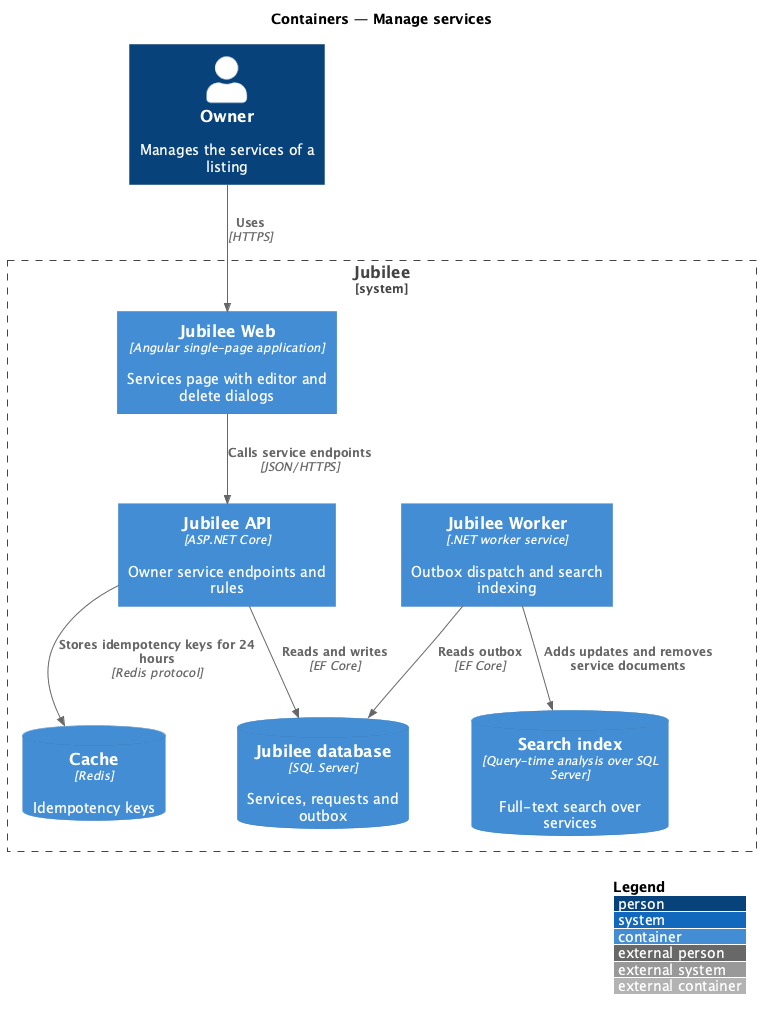
Before: docs/detailed-designs/owner-workspace/manage-services/diagrams/c4-container.png, a diagram exported from PlantUML (QuinntyneBrown/jubilee).
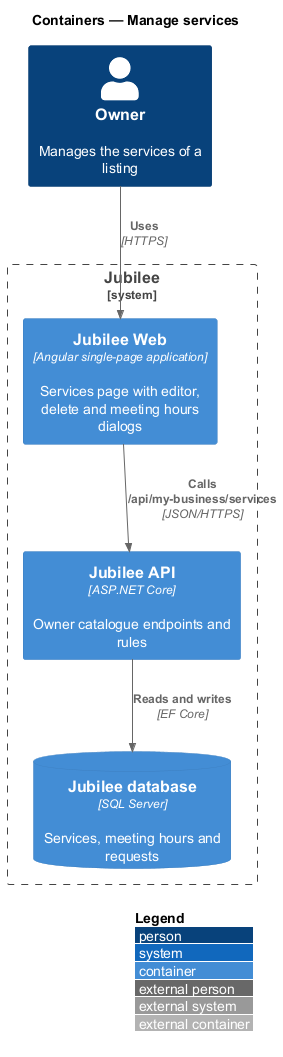
After the commit.

Change to the diagram source:
```diff
@@ -5,17 +5,11 @@
 
 Person(owner, "Owner", "Manages the services of a listing")
 System_Boundary(jubilee, "Jubilee") {
-  Container(web, "Jubilee Web", "Angular single-page application", "Services page with editor and delete dialogs")
-  Container(api, "Jubilee API", "ASP.NET Core", "Owner service endpoints and rules")
-  Container(worker, "Jubilee Worker", ".NET worker service", "Outbox dispatch and search indexing")
-  ContainerDb(db, "Jubilee database", "SQL Server", "Services, requests and outbox")
-  ContainerDb(cache, "Cache", "Redis", "Idempotency keys")
-  ContainerDb(search, "Search index", "Query-time analysis over SQL Server", "Full-text search over services")
+  Container(web, "Jubilee Web", "Angular single-page application", "Services page with editor, delete and meeting hours dialogs")
+  Container(api, "Jubilee API", "ASP.NET Core", "Owner catalogue endpoints and rules")
+  ContainerDb(db, "Jubilee database", "SQL Server", "Services, meeting hours and requests")
 }
 Rel(owner, web, "Uses", "HTTPS")
-Rel(web, api, "Calls service endpoints", "JSON/HTTPS")
+Rel(web, api, "Calls /api/my-business/services", "JSON/HTTPS")
 Rel(api, db, "Reads and writes", "EF Core")
-Rel(api, cache, "Stores idempotency keys for 24 hours", "Redis protocol")
-Rel(worker, db, "Reads outbox", "EF Core")
-Rel(worker, search, "Adds updates and removes service documents")
 @enduml
```
